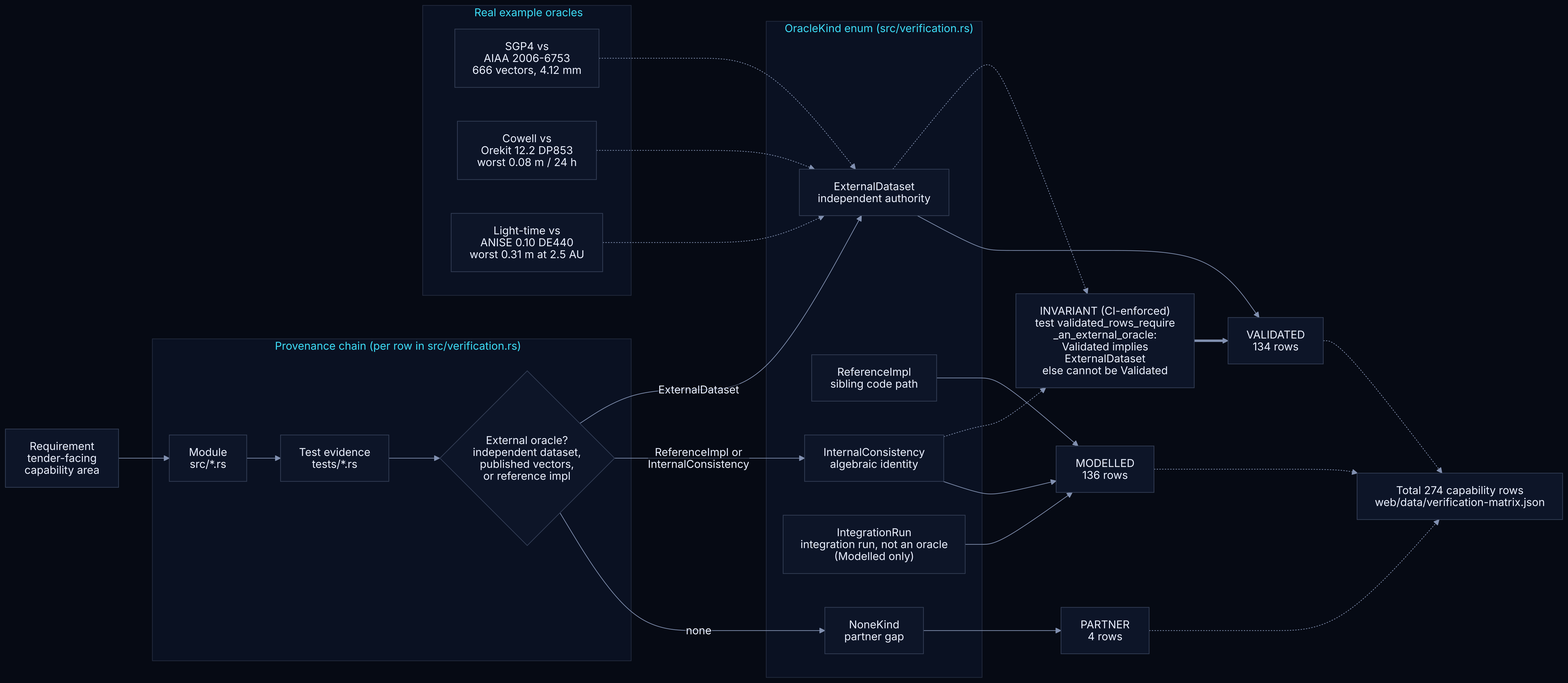
Earlier version of the Mermaid export docs/assets/diagrams/validation-provenance.png (ashfordeOU/kshana). Its source is kept beside it as docs/diagrams/validation-provenance.mmd.
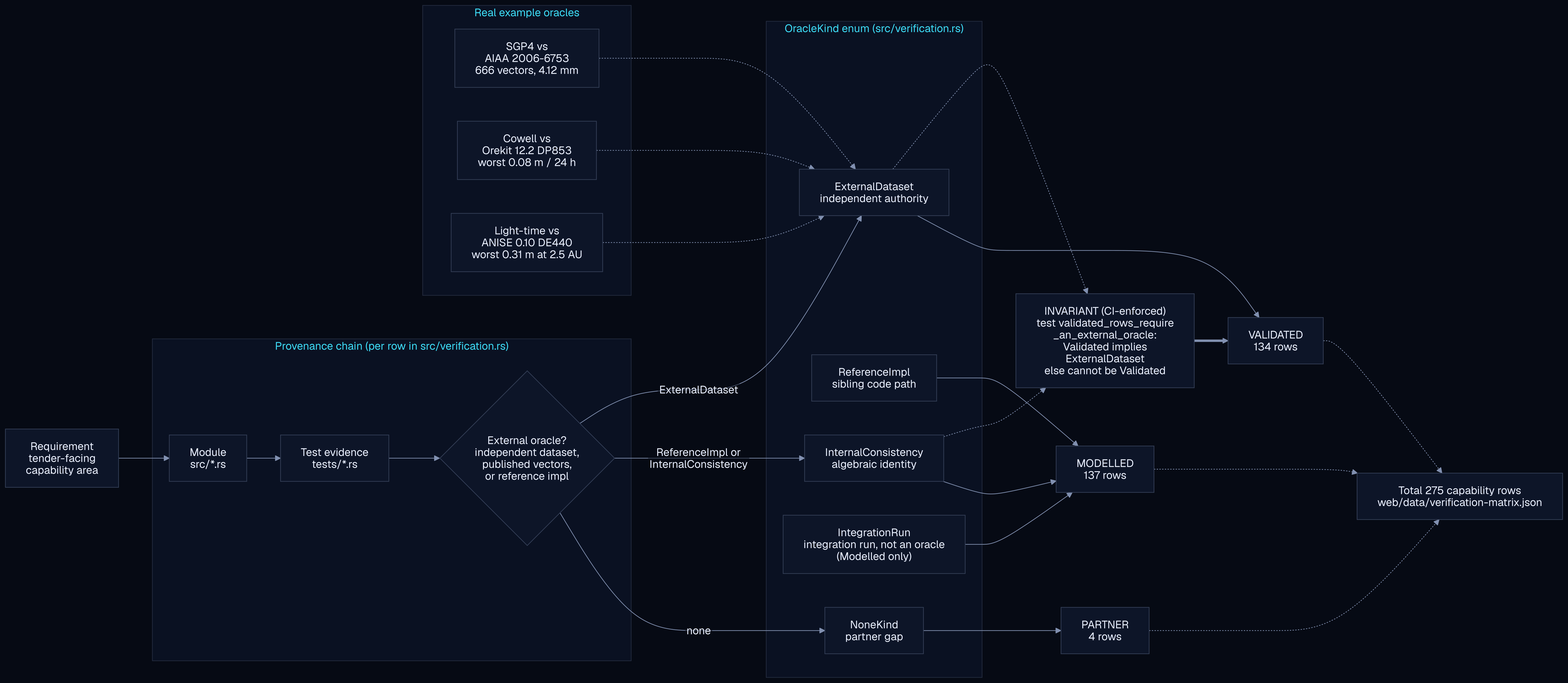
Above is the later version.

The edit, as a diff of the source:
```diff
@@ -28,7 +28,7 @@
     INT -.-> GUARD
 
     EXT --> VAL["VALIDATED<br/>134 rows"]
-    REF --> MDL["MODELLED<br/>136 rows"]
+    REF --> MDL["MODELLED<br/>137 rows"]
     INT --> MDL
     IRN --> MDL
     NON --> PRT["PARTNER<br/>4 rows"]
@@ -45,7 +45,7 @@
     E2 -.-> EXT
     E3 -.-> EXT
 
-    TOTAL["Total 274 capability rows<br/>web/data/verification-matrix.json"]
+    TOTAL["Total 275 capability rows<br/>web/data/verification-matrix.json"]
     VAL -.-> TOTAL
     MDL -.-> TOTAL
     PRT -.-> TOTAL
```
